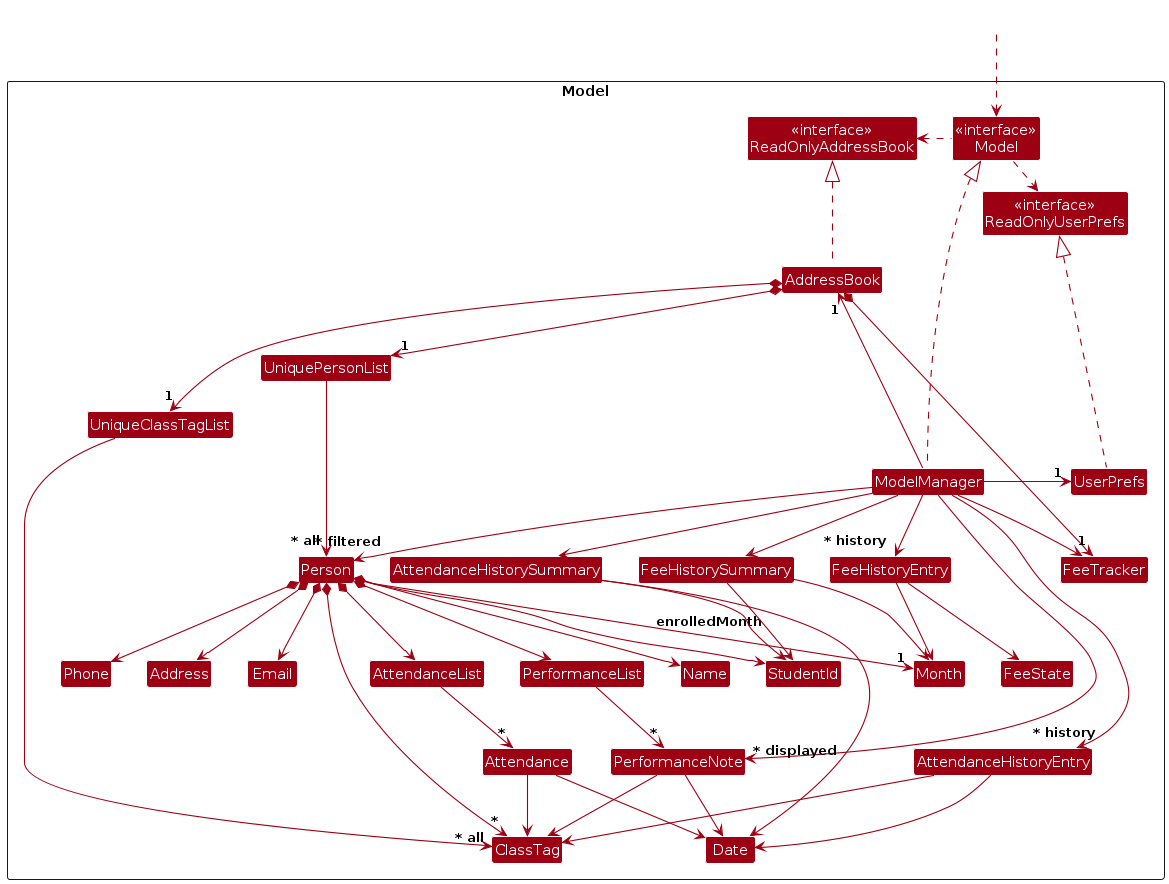
The PlantUML diagram diagrams/ModelClassDiagram.png in eesyuen09/tp, before a commit. Its source is kept beside it as diagrams/ModelClassDiagram.puml.
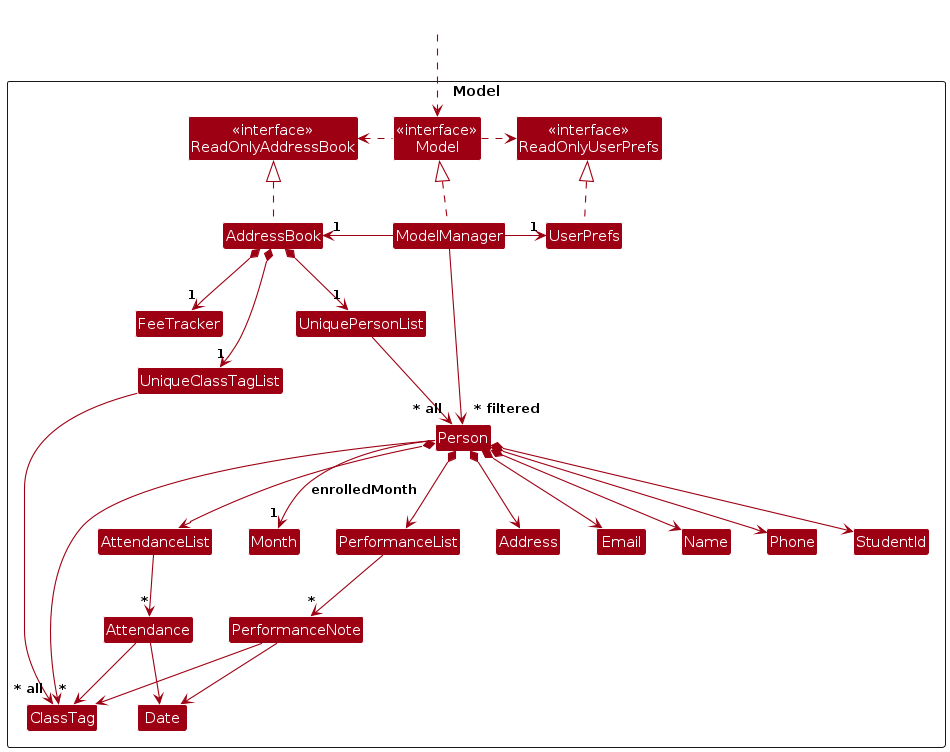
The same file after the commit.

Change to the diagram source:
```diff
@@ -23,17 +23,11 @@
 Class ClassTag
 Class AttendanceList
 Class Attendance
-Class AttendanceHistoryEntry
-Class AttendanceHistorySummary
 Class Date
 Class FeeTracker
-Class FeeState
-Class FeeHistoryEntry
-Class FeeHistorySummary
 Class Month
 Class PerformanceList
 Class PerformanceNote
-Class I #FFFFFF
 }
 
 Class HiddenOutside #FFFFFF
@@ -52,8 +46,6 @@
 AddressBook *--> "1" UniqueClassTagList
 AddressBook *--> "1" FeeTracker
 
-ModelManager --> FeeTracker
-
 UniquePersonList --> "~* all" Person
 UniqueClassTagList --> "~* all" ClassTag
 Person *--> Name
@@ -61,47 +53,19 @@
 Person *--> Email
 Person *--> Address
 Person *--> StudentId
-Person *--> "*" ClassTag
+Person --> "*" ClassTag
 Person *--> AttendanceList
 Person --> "1" Month : enrolledMonth
 Person *--> PerformanceList
 
 AttendanceList --> "*" Attendance
-
 Attendance --> Date
 Attendance --> ClassTag
 
-AttendanceHistoryEntry --> Date
-AttendanceHistoryEntry --> ClassTag
-
-AttendanceHistorySummary --> StudentId
-AttendanceHistorySummary --> Date
-
 PerformanceList --> "*" PerformanceNote
-
 PerformanceNote --> Date
 PerformanceNote --> ClassTag
 
-FeeHistoryEntry --> Month
-FeeHistoryEntry --> FeeState
-
-FeeHistorySummary --> StudentId
-FeeHistorySummary --> Month
-
-Person -[hidden]up--> I
-UniquePersonList -[hidden]right-> I
-
-Name -[hidden]right-> Phone
-Phone -[hidden]right-> Address
-Address -[hidden]right-> Email
 
 ModelManager --> "~* filtered" Person
-ModelManager --> "~* displayed" PerformanceNote
-ModelManager --> "~* history" FeeHistoryEntry
-ModelManager --> "~* history" AttendanceHistoryEntry
-ModelManager --> FeeHistorySummary
-ModelManager --> AttendanceHistorySummary
-
-AttendanceHistorySummary -[hidden]right-> FeeHistoryEntry
-FeeHistoryEntry -[hidden]right-> FeeHistorySummary
 @enduml
```
